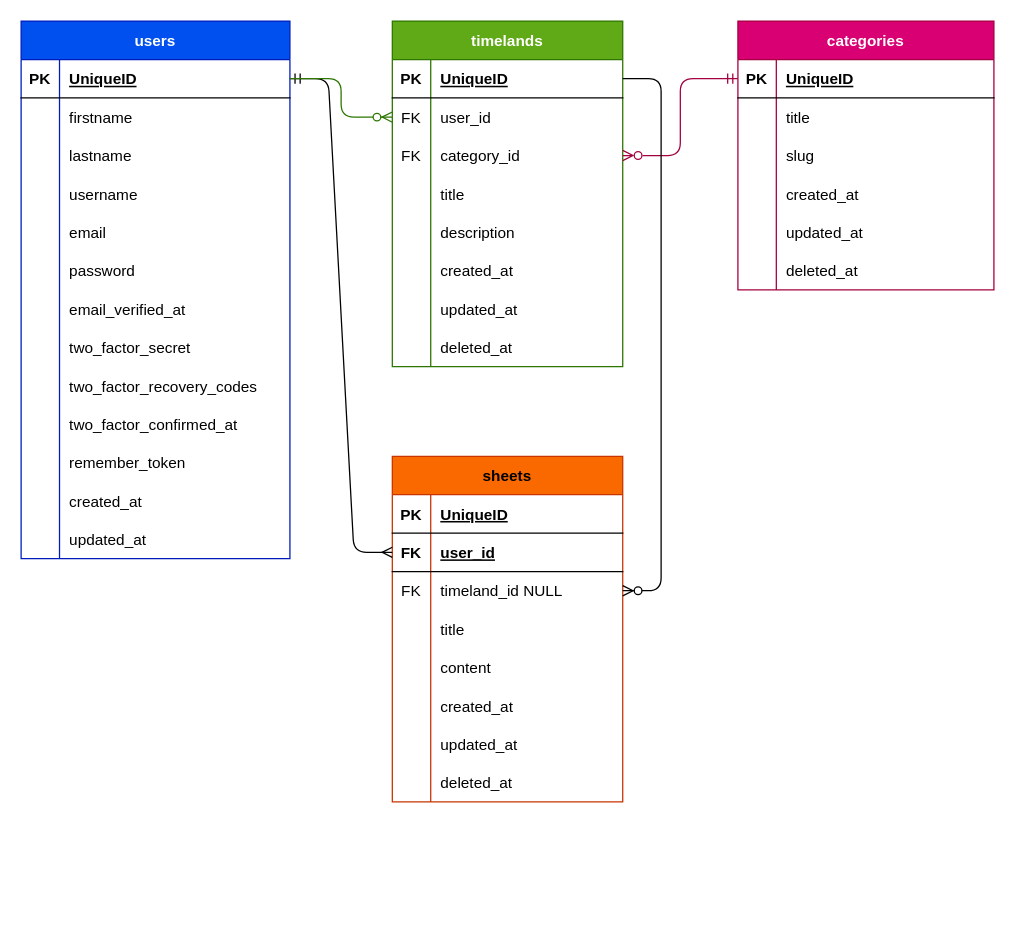
Above: database/schemas/db.drawio in opensheetorg/opensheet (draw.io), before the change. Source tidied: cells renumbered, new cells numbered last; positions are measured from the earlier drawing's top-left corner, leaving out a move shared by most shapes. Both pictures are drawn from the tidied source at 128%, with x=0, y=0 at pixel (20, 20).
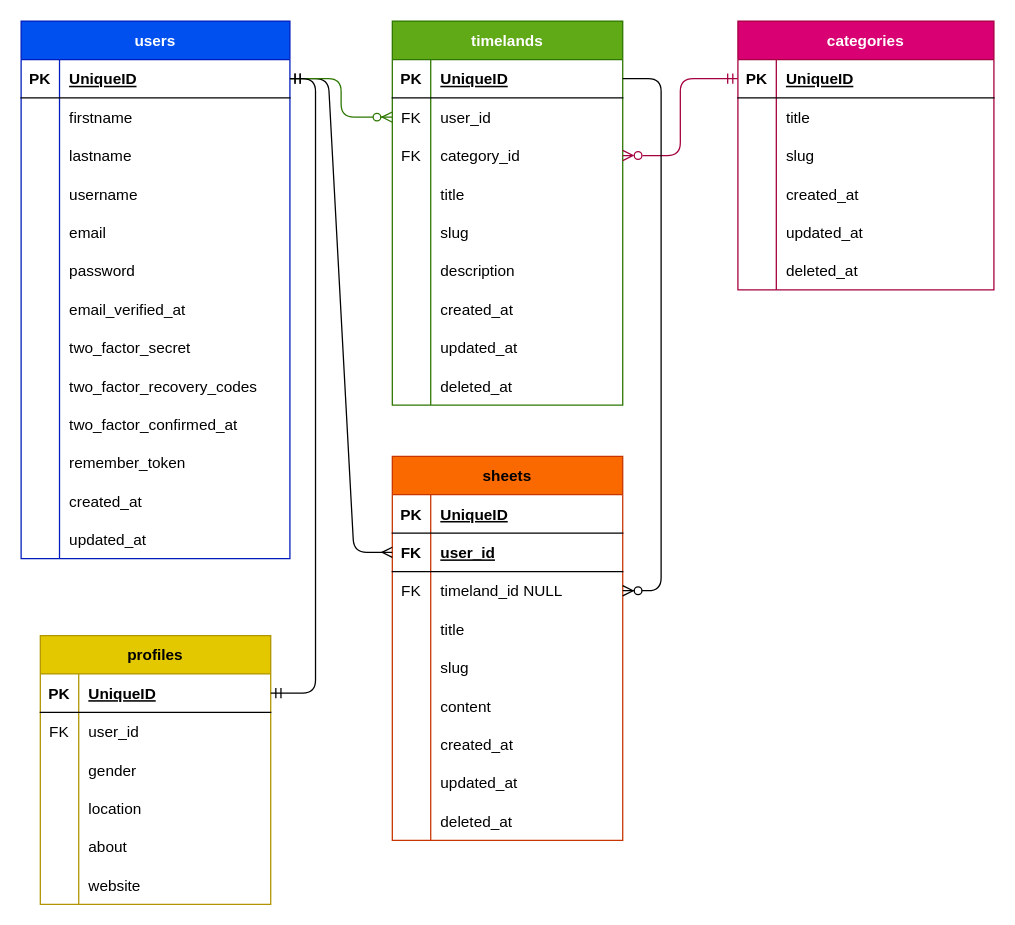
Above is the later version.

Commit message:
Added new fields & created new table for the Profile

The change refers to these unchanged cells:
```xml
<mxCell id="53" style="shape=tableRow;horizontal=0;startSize=0;swimlaneHead=0;swimlaneBody=0;fillColor=none;points=[[0,0.5],[1,0.5]];portConstraint=eastwest;top=0;left=0;right=0;bottom=1;" parent="52" vertex="1">
  <mxGeometry y="30" width="210" height="30" as="geometry" />
</mxCell>
```

The edit, as a diff of the source:
```diff
@@
     <mxCell id="2" value="sheets" style="shape=table;startSize=30;childLayout=tableLayout;rowLines=0;fontStyle=1;align=center;fillColor=#fa6800;fontColor=#000000;strokeColor=#C73500;" parent="1" vertex="1">
-      <mxGeometry x="290" y="340" width="180" height="270" as="geometry" />
+      <mxGeometry x="290" y="340" width="180" height="300" as="geometry" />
     </mxCell>
@@
+    <mxCell id="115" style="shape=tableRow;horizontal=0;startSize=0;swimlaneHead=0;swimlaneBody=0;fillColor=none;top=0;left=0;right=0;bottom=0;" parent="2" vertex="1">
+      <mxGeometry y="150" width="180" height="30" as="geometry" />
+    </mxCell>
+    <mxCell id="116" style="shape=partialRectangle;fillColor=none;top=0;left=0;bottom=0;right=0;overflow=hidden;" parent="115" vertex="1">
+      <mxGeometry width="30" height="30" as="geometry" />
+    </mxCell>
+    <mxCell id="117" value="slug" style="shape=partialRectangle;fillColor=none;top=0;left=0;bottom=0;right=0;align=left;spacingLeft=6;overflow=hidden;" parent="115" vertex="1">
+      <mxGeometry x="30" width="150" height="30" as="geometry" />
+    </mxCell>
     <mxCell id="15" style="shape=tableRow;horizontal=0;startSize=0;swimlaneHead=0;swimlaneBody=0;fillColor=none;top=0;left=0;right=0;bottom=0;" parent="2" vertex="1">
-      <mxGeometry y="150" width="180" height="30" as="geometry" />
+      <mxGeometry y="180" width="180" height="30" as="geometry" />
     </mxCell>
@@
     <mxCell id="18" style="shape=tableRow;horizontal=0;startSize=0;swimlaneHead=0;swimlaneBody=0;fillColor=none;top=0;left=0;right=0;bottom=0;" parent="2" vertex="1">
-      <mxGeometry y="180" width="180" height="30" as="geometry" />
+      <mxGeometry y="210" width="180" height="30" as="geometry" />
     </mxCell>
@@
     <mxCell id="21" style="shape=tableRow;horizontal=0;startSize=0;swimlaneHead=0;swimlaneBody=0;fillColor=none;top=0;left=0;right=0;bottom=0;" parent="2" vertex="1">
-      <mxGeometry y="210" width="180" height="30" as="geometry" />
+      <mxGeometry y="240" width="180" height="30" as="geometry" />
     </mxCell>
@@
     <mxCell id="24" style="shape=tableRow;horizontal=0;startSize=0;swimlaneHead=0;swimlaneBody=0;fillColor=none;top=0;left=0;right=0;bottom=0;" parent="2" vertex="1">
-      <mxGeometry y="240" width="180" height="30" as="geometry" />
+      <mxGeometry y="270" width="180" height="30" as="geometry" />
     </mxCell>
@@
     <mxCell id="27" value="timelands" style="shape=table;startSize=30;childLayout=tableLayout;rowLines=0;fontStyle=1;align=center;fillColor=#60a917;fontColor=#ffffff;strokeColor=#2D7600;" parent="1" vertex="1">
-      <mxGeometry x="290" width="180" height="270" as="geometry" />
+      <mxGeometry x="290" width="180" height="300" as="geometry" />
     </mxCell>
@@
+    <mxCell id="118" style="shape=tableRow;horizontal=0;startSize=0;swimlaneHead=0;swimlaneBody=0;fillColor=none;top=0;left=0;right=0;bottom=0;" parent="27" vertex="1">
+      <mxGeometry y="150" width="180" height="30" as="geometry" />
+    </mxCell>
+    <mxCell id="119" style="shape=partialRectangle;fillColor=none;top=0;left=0;bottom=0;right=0;overflow=hidden;" parent="118" vertex="1">
+      <mxGeometry width="30" height="30" as="geometry" />
+    </mxCell>
+    <mxCell id="120" value="slug" style="shape=partialRectangle;fillColor=none;top=0;left=0;bottom=0;right=0;align=left;spacingLeft=6;overflow=hidden;" parent="118" vertex="1">
+      <mxGeometry x="30" width="150" height="30" as="geometry" />
+    </mxCell>
     <mxCell id="40" style="shape=tableRow;horizontal=0;startSize=0;swimlaneHead=0;swimlaneBody=0;fillColor=none;top=0;left=0;right=0;bottom=0;" parent="27" vertex="1">
-      <mxGeometry y="150" width="180" height="30" as="geometry" />
+      <mxGeometry y="180" width="180" height="30" as="geometry" />
     </mxCell>
@@
     <mxCell id="43" style="shape=tableRow;horizontal=0;startSize=0;swimlaneHead=0;swimlaneBody=0;fillColor=none;top=0;left=0;right=0;bottom=0;" parent="27" vertex="1">
-      <mxGeometry y="180" width="180" height="30" as="geometry" />
+      <mxGeometry y="210" width="180" height="30" as="geometry" />
     </mxCell>
@@
     <mxCell id="46" style="shape=tableRow;horizontal=0;startSize=0;swimlaneHead=0;swimlaneBody=0;fillColor=none;top=0;left=0;right=0;bottom=0;" parent="27" vertex="1">
-      <mxGeometry y="210" width="180" height="30" as="geometry" />
+      <mxGeometry y="240" width="180" height="30" as="geometry" />
     </mxCell>
@@
     <mxCell id="49" style="shape=tableRow;horizontal=0;startSize=0;swimlaneHead=0;swimlaneBody=0;fillColor=none;top=0;left=0;right=0;bottom=0;" parent="27" vertex="1">
-      <mxGeometry y="240" width="180" height="30" as="geometry" />
+      <mxGeometry y="270" width="180" height="30" as="geometry" />
     </mxCell>
@@
+    <mxCell id="121" value="profiles" style="shape=table;startSize=30;childLayout=tableLayout;rowLines=0;fontStyle=1;align=center;fillColor=#e3c800;fontColor=#000000;strokeColor=#B09500;" parent="1" vertex="1">
+      <mxGeometry x="15" y="480" width="180" height="210" as="geometry" />
+    </mxCell>
+    <mxCell id="122" style="shape=tableRow;horizontal=0;startSize=0;swimlaneHead=0;swimlaneBody=0;fillColor=none;points=[[0,0.5],[1,0.5]];portConstraint=eastwest;top=0;left=0;right=0;bottom=1;" parent="121" vertex="1">
+      <mxGeometry y="30" width="180" height="30" as="geometry" />
+    </mxCell>
+    <mxCell id="123" value="PK" style="shape=partialRectangle;fillColor=none;top=0;left=0;bottom=0;right=0;fontStyle=1;overflow=hidden;" parent="122" vertex="1">
+      <mxGeometry width="30" height="30" as="geometry" />
+    </mxCell>
+    <mxCell id="124" value="UniqueID" style="shape=partialRectangle;fillColor=none;top=0;left=0;bottom=0;right=0;align=left;spacingLeft=6;fontStyle=5;overflow=hidden;" parent="122" vertex="1">
+      <mxGeometry x="30" width="150" height="30" as="geometry" />
+    </mxCell>
+    <mxCell id="125" style="shape=tableRow;horizontal=0;startSize=0;swimlaneHead=0;swimlaneBody=0;fillColor=none;top=0;left=0;right=0;bottom=0;" parent="121" vertex="1">
+      <mxGeometry y="60" width="180" height="30" as="geometry" />
+    </mxCell>
+    <mxCell id="126" value="FK" style="shape=partialRectangle;fillColor=none;top=0;left=0;bottom=0;right=0;overflow=hidden;" parent="125" vertex="1">
+      <mxGeometry width="30" height="30" as="geometry" />
+    </mxCell>
+    <mxCell id="127" value="user_id" style="shape=partialRectangle;fillColor=none;top=0;left=0;bottom=0;right=0;align=left;spacingLeft=6;overflow=hidden;" parent="125" vertex="1">
+      <mxGeometry x="30" width="150" height="30" as="geometry" />
+    </mxCell>
+    <mxCell id="128" style="shape=tableRow;horizontal=0;startSize=0;swimlaneHead=0;swimlaneBody=0;fillColor=none;top=0;left=0;right=0;bottom=0;" parent="121" vertex="1">
+      <mxGeometry y="90" width="180" height="30" as="geometry" />
+    </mxCell>
+    <mxCell id="129" style="shape=partialRectangle;fillColor=none;top=0;left=0;bottom=0;right=0;overflow=hidden;" parent="128" vertex="1">
+      <mxGeometry width="30" height="30" as="geometry" />
+    </mxCell>
+    <mxCell id="130" value="gender" style="shape=partialRectangle;fillColor=none;top=0;left=0;bottom=0;right=0;align=left;spacingLeft=6;overflow=hidden;" parent="128" vertex="1">
+      <mxGeometry x="30" width="150" height="30" as="geometry" />
+    </mxCell>
+    <mxCell id="131" style="shape=tableRow;horizontal=0;startSize=0;swimlaneHead=0;swimlaneBody=0;fillColor=none;top=0;left=0;right=0;bottom=0;" parent="121" vertex="1">
+      <mxGeometry y="120" width="180" height="30" as="geometry" />
+    </mxCell>
+    <mxCell id="132" style="shape=partialRectangle;fillColor=none;top=0;left=0;bottom=0;right=0;overflow=hidden;" parent="131" vertex="1">
+      <mxGeometry width="30" height="30" as="geometry" />
+    </mxCell>
+    <mxCell id="133" value="location" style="shape=partialRectangle;fillColor=none;top=0;left=0;bottom=0;right=0;align=left;spacingLeft=6;overflow=hidden;" parent="131" vertex="1">
+      <mxGeometry x="30" width="150" height="30" as="geometry" />
+    </mxCell>
+    <mxCell id="134" style="shape=tableRow;horizontal=0;startSize=0;swimlaneHead=0;swimlaneBody=0;fillColor=none;top=0;left=0;right=0;bottom=0;" parent="121" vertex="1">
+      <mxGeometry y="150" width="180" height="30" as="geometry" />
+    </mxCell>
+    <mxCell id="135" style="shape=partialRectangle;fillColor=none;top=0;left=0;bottom=0;right=0;overflow=hidden;" parent="134" vertex="1">
+      <mxGeometry width="30" height="30" as="geometry" />
+    </mxCell>
+    <mxCell id="136" value="about" style="shape=partialRectangle;fillColor=none;top=0;left=0;bottom=0;right=0;align=left;spacingLeft=6;overflow=hidden;" parent="134" vertex="1">
+      <mxGeometry x="30" width="150" height="30" as="geometry" />
+    </mxCell>
+    <mxCell id="137" style="shape=tableRow;horizontal=0;startSize=0;swimlaneHead=0;swimlaneBody=0;fillColor=none;top=0;left=0;right=0;bottom=0;" parent="121" vertex="1">
+      <mxGeometry y="180" width="180" height="30" as="geometry" />
+    </mxCell>
+    <mxCell id="138" style="shape=partialRectangle;fillColor=none;top=0;left=0;bottom=0;right=0;overflow=hidden;" parent="137" vertex="1">
+      <mxGeometry width="30" height="30" as="geometry" />
+    </mxCell>
+    <mxCell id="139" value="website" style="shape=partialRectangle;fillColor=none;top=0;left=0;bottom=0;right=0;align=left;spacingLeft=6;overflow=hidden;" parent="137" vertex="1">
+      <mxGeometry x="30" width="150" height="30" as="geometry" />
+    </mxCell>
+    <mxCell id="140" style="edgeStyle=elbowEdgeStyle;fontSize=12;html=1;endArrow=ERmandOne;startArrow=ERmandOne;exitX=1;exitY=0.5;exitDx=0;exitDy=0;entryX=1;entryY=0.5;entryDx=0;entryDy=0;" parent="1" edge="1" source="122" target="53">
+      <mxGeometry relative="1" as="geometry">
+        <Array as="points">
+          <mxPoint x="230" y="300" />
+        </Array>
+      </mxGeometry>
+    </mxCell>
```
